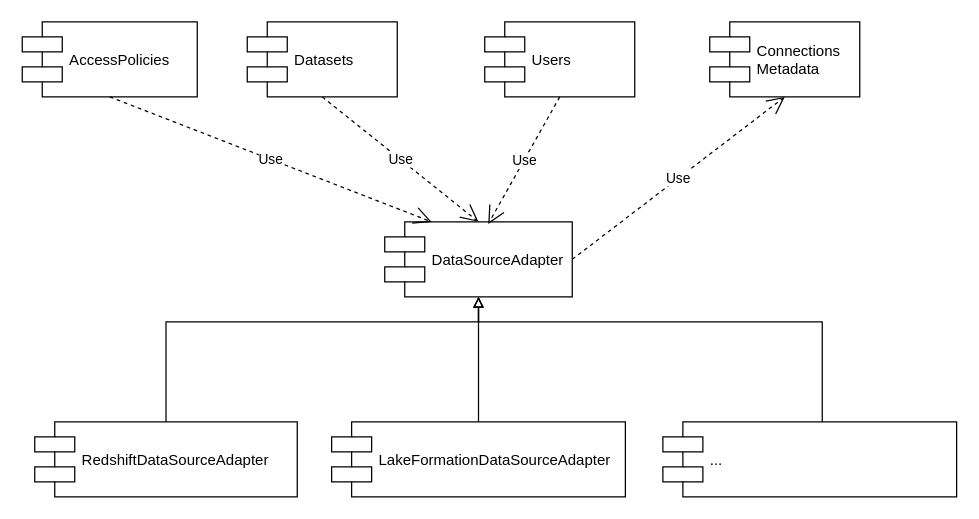
Before: page "modules" (3 of 9) of diagrams/diagrams.drawio in piotr-kalanski/access-management, a draw.io diagram. Source tidied: cells renumbered, new cells numbered last; positions are measured from the earlier drawing's top-left corner, leaving out a move shared by most shapes. Both pictures are drawn from the tidied source at 125%, with x=0, y=0 at pixel (21, 21).
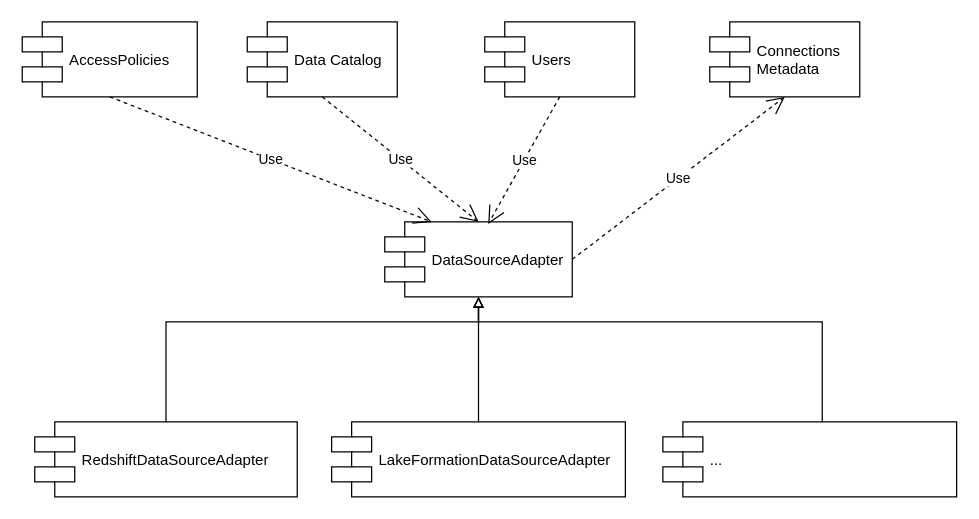
The same diagram, later.

Diff of the diagram source:
```diff
@@
-    <mxCell id="9" value="Datasets" style="shape=component;align=left;spacingLeft=36;" parent="1" vertex="1">
+    <mxCell id="9" value="Data Catalog" style="shape=component;align=left;spacingLeft=36;" parent="1" vertex="1">
       <mxGeometry x="180.3" width="120" height="60" as="geometry" />
     </mxCell>
```
